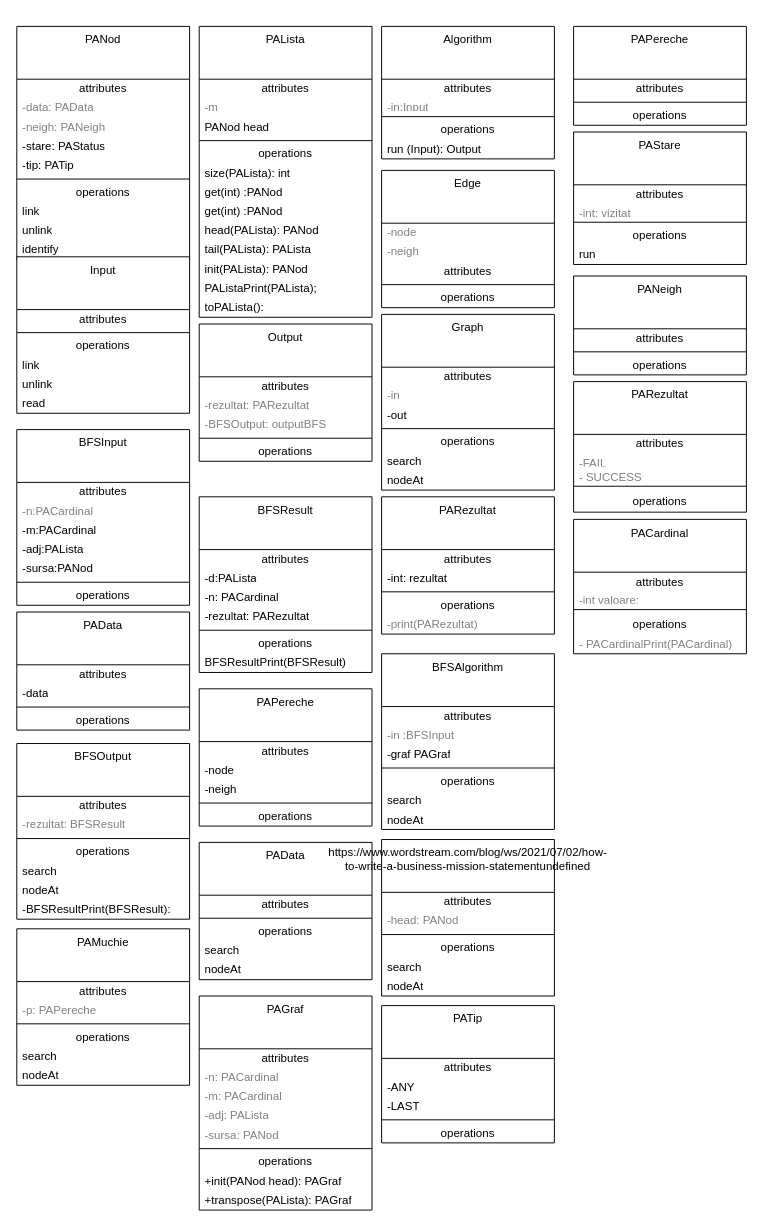
Earlier version of the draw.io diagram C.drawio (Cristof17/PALibrary). Source tidied: cells renumbered, new cells numbered last; positions are measured from the earlier drawing's top-left corner, leaving out a move shared by most shapes. Both pictures are drawn from the tidied source at 96%, with x=0, y=0 at pixel (16, 26).
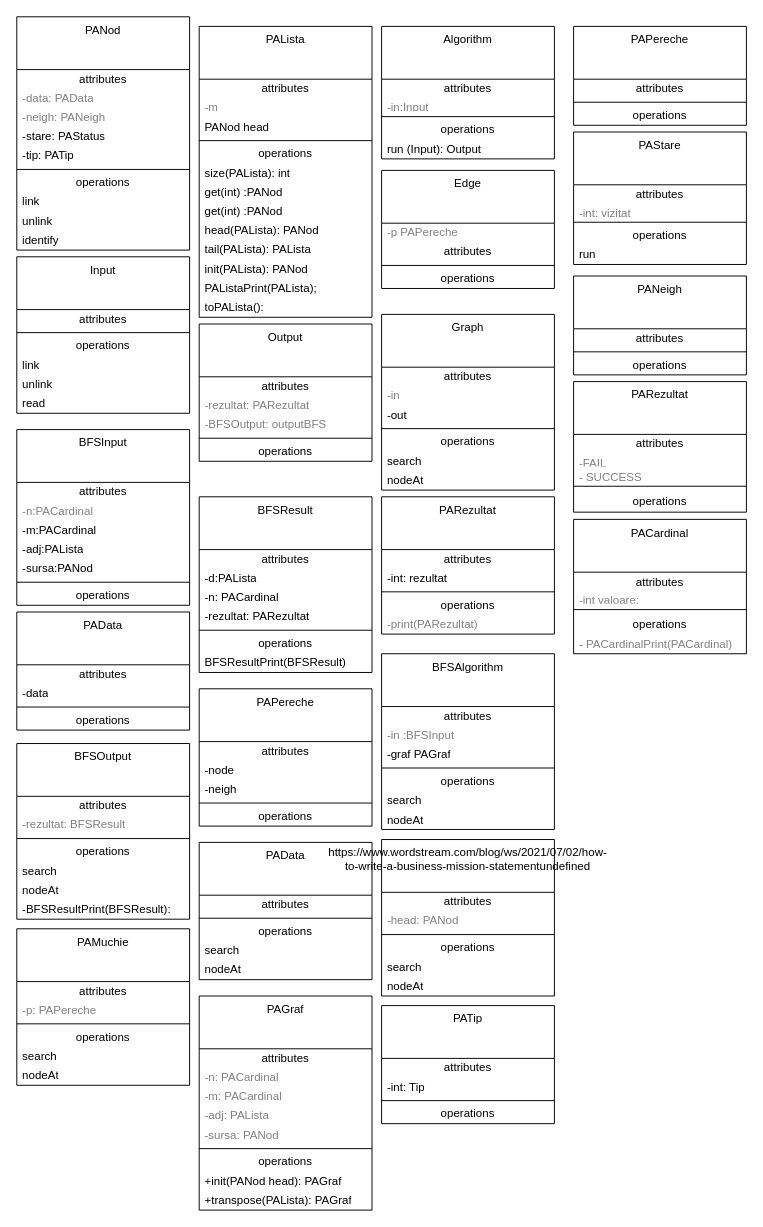
The same diagram, later.

Commit message:
lowercase for builder c source files

What changed in the source:
```diff
@@
     <mxCell id="2" value="PANod" style="swimlane;fontStyle=0;align=center;verticalAlign=top;horizontal=1;startSize=55;html=1;whiteSpace=wrap;" parent="1" vertex="1">
-      <mxGeometry width="180" height="243" as="geometry" />
+      <mxGeometry y="-10" width="180" height="243" as="geometry" />
     </mxCell>
@@
     <mxCell id="46" value="Edge" style="swimlane;fontStyle=0;align=center;verticalAlign=top;horizontal=1;startSize=55;html=1;whiteSpace=wrap;" parent="1" vertex="1">
-      <mxGeometry x="380" y="150" width="180" height="143" as="geometry" />
+      <mxGeometry x="380" y="150" width="180" height="123" as="geometry" />
     </mxCell>
-    <mxCell id="47" value="-node" style="text;html=1;strokeColor=none;fillColor=none;align=left;verticalAlign=middle;spacingLeft=4;spacingRight=4;overflow=hidden;fontColor=#808080;whiteSpace=wrap;" parent="46" vertex="1">
-      <mxGeometry y="55" width="180" height="20" as="geometry" />
-    </mxCell>
-    <mxCell id="48" value="-neigh" style="text;html=1;strokeColor=none;fillColor=none;align=left;verticalAlign=middle;spacingLeft=4;spacingRight=4;overflow=hidden;fontColor=#808080;whiteSpace=wrap;" parent="46" vertex="1">
-      <mxGeometry y="75" width="180" height="20" as="geometry" />
+    <mxCell id="48" value="-p PAPereche" style="text;html=1;strokeColor=none;fillColor=none;align=left;verticalAlign=middle;spacingLeft=4;spacingRight=4;overflow=hidden;fontColor=#808080;whiteSpace=wrap;" parent="46" vertex="1">
+      <mxGeometry y="55" width="180" height="20" as="geometry" />
     </mxCell>
     <mxCell id="49" value="attributes" style="text;html=1;strokeColor=none;fillColor=none;align=center;verticalAlign=middle;spacingLeft=4;spacingRight=4;overflow=hidden;whiteSpace=wrap;" parent="46" vertex="1">
-      <mxGeometry y="95" width="180" height="20" as="geometry" />
+      <mxGeometry y="75" width="180" height="20" as="geometry" />
     </mxCell>
     <mxCell id="50" style="line;strokeWidth=1;fillColor=none;align=left;verticalAlign=middle;spacingTop=-1;spacingLeft=3;spacingRight=3;labelPosition=right;" parent="46" vertex="1">
-      <mxGeometry y="115" width="180" height="8" as="geometry" />
+      <mxGeometry y="95" width="180" height="8" as="geometry" />
     </mxCell>
     <mxCell id="51" value="operations" style="text;html=1;strokeColor=none;fillColor=none;align=center;verticalAlign=middle;spacingLeft=4;spacingRight=4;overflow=hidden;whiteSpace=wrap;" parent="46" vertex="1">
-      <mxGeometry y="123" width="180" height="20" as="geometry" />
+      <mxGeometry y="103" width="180" height="20" as="geometry" />
     </mxCell>
@@
     <mxCell id="165" value="PATip" style="swimlane;fontStyle=0;align=center;verticalAlign=top;horizontal=1;startSize=55;html=1;whiteSpace=wrap;" parent="1" vertex="1">
-      <mxGeometry x="380" y="1020" width="180" height="143" as="geometry" />
+      <mxGeometry x="380" y="1020" width="180" height="123" as="geometry" />
     </mxCell>
@@
-    <mxCell id="167" value="-ANY" style="text;html=1;strokeColor=none;fillColor=none;align=left;verticalAlign=middle;spacingLeft=4;spacingRight=4;overflow=hidden;whiteSpace=wrap;" parent="165" vertex="1">
+    <mxCell id="167" value="-int: Tip" style="text;html=1;strokeColor=none;fillColor=none;align=left;verticalAlign=middle;spacingLeft=4;spacingRight=4;overflow=hidden;whiteSpace=wrap;" parent="165" vertex="1">
       <mxGeometry y="75" width="180" height="20" as="geometry" />
     </mxCell>
-    <mxCell id="168" value="-LAST" style="text;html=1;strokeColor=none;fillColor=none;align=left;verticalAlign=middle;spacingLeft=4;spacingRight=4;overflow=hidden;whiteSpace=wrap;" parent="165" vertex="1">
-      <mxGeometry y="95" width="180" height="20" as="geometry" />
-    </mxCell>
     <mxCell id="169" style="line;strokeWidth=1;fillColor=none;align=left;verticalAlign=middle;spacingTop=-1;spacingLeft=3;spacingRight=3;labelPosition=right;" parent="165" vertex="1">
-      <mxGeometry y="115" width="180" height="8" as="geometry" />
+      <mxGeometry y="95" width="180" height="8" as="geometry" />
     </mxCell>
     <mxCell id="170" value="operations" style="text;html=1;strokeColor=none;fillColor=none;align=center;verticalAlign=middle;spacingLeft=4;spacingRight=4;overflow=hidden;whiteSpace=wrap;" parent="165" vertex="1">
-      <mxGeometry y="123" width="180" height="20" as="geometry" />
+      <mxGeometry y="103" width="180" height="20" as="geometry" />
     </mxCell>
```
